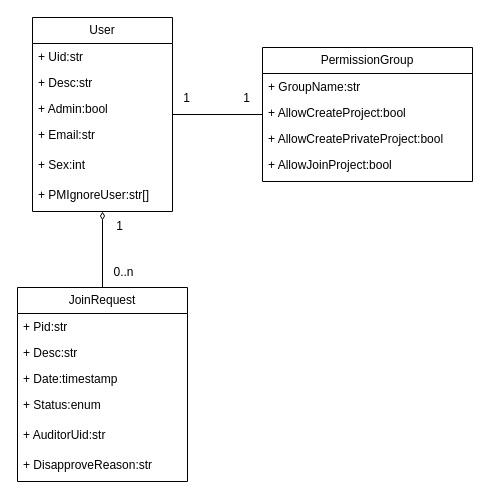
Earlier version of the draw.io diagram User类图.drawio (icemeowzhi/bach_final_diags). Source tidied: cells renumbered, new cells numbered last; positions are measured from the earlier drawing's top-left corner, leaving out a move shared by most shapes. Both pictures are drawn from the tidied source at 100%, with x=0, y=0 at pixel (17, 17).
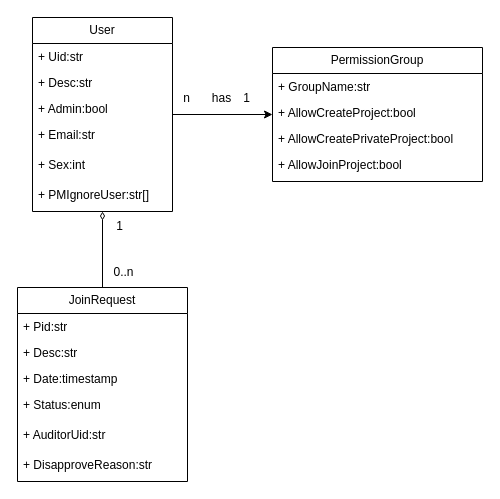
The same diagram, later.

Unchanged cells that the change refers to:
```xml
<mxCell id="2" value="User" style="swimlane;fontStyle=0;horizontal=1;startSize=26;fillColor=none;whiteSpace=wrap;html=1;" parent="1" vertex="1">
  <mxGeometry x="15" width="140" height="194" as="geometry" />
</mxCell>
```

Change to the diagram source:
```diff
@@
-    <mxCell id="17" style="edgeStyle=orthogonalEdgeStyle;rounded=0;jettySize=auto;html=1;endArrow=none;endFill=0;" parent="1" edge="1" source="18" target="2">
+    <mxCell id="17" style="edgeStyle=orthogonalEdgeStyle;rounded=0;jettySize=auto;html=1;endArrow=none;endFill=0;startArrow=classic;startFill=1;" parent="1" edge="1" source="18" target="2">
       <mxGeometry relative="1" as="geometry" />
     </mxCell>
     <mxCell id="18" value="PermissionGroup" style="swimlane;fontStyle=0;horizontal=1;startSize=26;fillColor=none;whiteSpace=wrap;html=1;" parent="1" vertex="1">
-      <mxGeometry x="245" y="30" width="210" height="134" as="geometry" />
+      <mxGeometry x="255" y="30" width="210" height="134" as="geometry" />
     </mxCell>
@@
-    <mxCell id="25" value="1" style="text;html=1;align=center;verticalAlign=middle;strokeColor=none;fillColor=none;" parent="1" vertex="1">
+    <mxCell id="25" value="n" style="text;html=1;align=center;verticalAlign=middle;strokeColor=none;fillColor=none;" parent="1" vertex="1">
       <mxGeometry x="154" y="66" width="30" height="30" as="geometry" />
     </mxCell>
@@
+    <mxCell id="27" value="has" style="text;html=1;align=center;verticalAlign=middle;strokeColor=none;fillColor=none;" parent="1" vertex="1">
+      <mxGeometry x="184" y="66" width="40" height="30" as="geometry" />
+    </mxCell>
```
